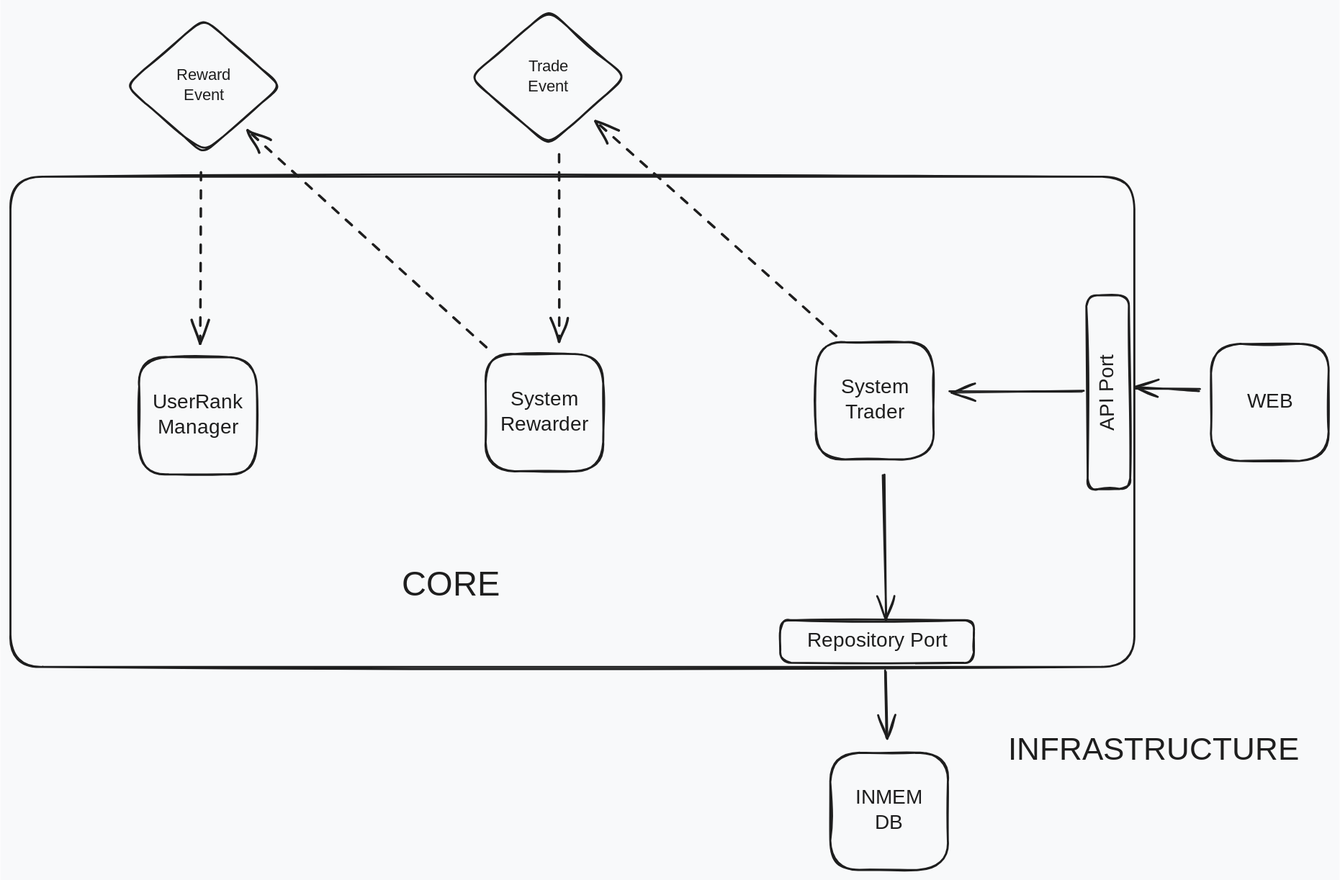
This is tradesys-ranking-system.svg from TPriime/tradesys, a Excalidraw export, as it was before one commit. Source tidied: one line per element, renumbered; positions are measured from the earlier drawing's top-left corner, leaving out a move shared by most shapes. Its diagram source:
```json
{"id": 0, "type": "rectangle", "strokeColor": "#1e1e1e", "strokeWidth": 2, "roughness": 1, "round": true, "x": 814, "y": 737, "width": 117, "height": 116}
{"id": 1, "type": "text", "text": "INMEM\nDB", "strokeColor": "#1e1e1e", "strokeWidth": 2, "roughness": 1, "fontSize": 20, "fontFamily": 5, "textAlign": "center", "verticalAlign": "middle", "inside": 0, "x": 838, "y": 770, "width": 68, "height": 50}
{"id": 2, "type": "rectangle", "strokeColor": "#1e1e1e", "strokeWidth": 2, "roughness": 1, "round": true, "x": 128, "y": 344, "width": 117, "height": 116}
{"id": 3, "type": "text", "text": "UserRank\nManager", "strokeColor": "#1e1e1e", "strokeWidth": 2, "roughness": 1, "fontSize": 20, "fontFamily": 5, "textAlign": "center", "verticalAlign": "middle", "inside": 2, "x": 140, "y": 377, "width": 92, "height": 50}
{"id": 4, "type": "rectangle", "strokeColor": "#1e1e1e", "strokeWidth": 2, "roughness": 1, "round": true, "x": 472, "y": 341, "width": 117, "height": 116}
{"id": 5, "type": "text", "text": "System\nRewarder", "strokeColor": "#1e1e1e", "strokeWidth": 2, "roughness": 1, "fontSize": 20, "fontFamily": 5, "textAlign": "center", "verticalAlign": "middle", "inside": 4, "x": 485, "y": 375, "width": 90, "height": 50}
{"id": 6, "type": "rectangle", "strokeColor": "#1e1e1e", "strokeWidth": 2, "roughness": 1, "round": true, "x": 799, "y": 330, "width": 117, "height": 116}
{"id": 7, "type": "text", "text": "System\nTrader", "strokeColor": "#1e1e1e", "strokeWidth": 2, "roughness": 1, "fontSize": 20, "fontFamily": 5, "textAlign": "center", "verticalAlign": "middle", "inside": 6, "x": 823, "y": 363, "width": 69, "height": 50}
{"id": 8, "type": "rectangle", "strokeColor": "#1e1e1e", "strokeWidth": 2, "roughness": 1, "round": true, "x": 1191, "y": 331, "width": 117, "height": 116}
{"id": 9, "type": "text", "text": "WEB", "strokeColor": "#1e1e1e", "strokeWidth": 2, "roughness": 1, "fontSize": 20, "fontFamily": 5, "textAlign": "center", "verticalAlign": "middle", "inside": 8, "x": 1227, "y": 377, "width": 45, "height": 25}
{"id": 10, "type": "rectangle", "strokeColor": "#1e1e1e", "strokeWidth": 2, "roughness": 1, "round": true, "x": 764, "y": 605, "width": 192, "height": 42}
{"id": 11, "type": "text", "text": "Repository Port", "strokeColor": "#1e1e1e", "strokeWidth": 2, "roughness": 1, "fontSize": 20, "fontFamily": 5, "textAlign": "center", "verticalAlign": "middle", "inside": 10, "x": 780, "y": 614, "width": 159, "height": 25}
{"id": 12, "type": "rectangle", "strokeColor": "#1e1e1e", "angle": 4.7, "strokeWidth": 2, "roughness": 1, "round": true, "x": 993, "y": 358, "width": 192, "height": 42}
{"id": 13, "type": "text", "text": "API Port", "strokeColor": "#1e1e1e", "angle": 4.7, "strokeWidth": 2, "roughness": 1, "fontSize": 20, "fontFamily": 5, "textAlign": "center", "verticalAlign": "middle", "inside": 12, "x": 1044, "y": 367, "width": 92, "height": 25}
{"id": 14, "type": "arrow", "strokeColor": "#1e1e1e", "strokeWidth": 2, "roughness": 1, "startArrowhead": "arrow", "round": true, "from": 0, "to": 26, "x": 869, "y": 723, "width": 1, "height": 68, "points": [[0, 0], [-1, -68]]}
{"id": 15, "type": "diamond", "strokeColor": "#1e1e1e", "strokeWidth": 2, "roughness": 1, "round": true, "x": 114, "y": 8, "width": 155, "height": 134}
{"id": 16, "type": "text", "text": "Reward\nEvent", "strokeColor": "#1e1e1e", "strokeWidth": 2, "roughness": 1, "fontSize": 16, "fontFamily": 5, "textAlign": "center", "verticalAlign": "middle", "inside": 15, "x": 163, "y": 55, "width": 56, "height": 40}
{"id": 17, "type": "diamond", "strokeColor": "#1e1e1e", "strokeWidth": 2, "roughness": 1, "round": true, "x": 456, "y": 0, "width": 155, "height": 134}
{"id": 18, "type": "text", "text": "Trade\nEvent", "strokeColor": "#1e1e1e", "strokeWidth": 2, "roughness": 1, "fontSize": 16, "fontFamily": 5, "textAlign": "center", "verticalAlign": "middle", "inside": 17, "x": 511, "y": 47, "width": 46, "height": 40}
{"id": 19, "type": "arrow", "strokeColor": "#1e1e1e", "strokeWidth": 2, "strokeStyle": "dashed", "roughness": 1, "startArrowhead": "arrow", "round": true, "from": 2, "to": 15, "x": 188, "y": 331, "width": 1, "height": 177, "points": [[0, 0], [1, -177]]}
{"id": 20, "type": "arrow", "strokeColor": "#1e1e1e", "strokeWidth": 2, "strokeStyle": "dashed", "roughness": 1, "endArrowhead": "arrow", "round": true, "from": 4, "to": 15, "x": 473, "y": 334, "width": 237, "height": 213, "points": [[0, 0], [-237, -213]]}
{"id": 21, "type": "arrow", "strokeColor": "#1e1e1e", "strokeWidth": 2, "strokeStyle": "dashed", "roughness": 1, "endArrowhead": "arrow", "round": true, "from": 6, "to": 17, "x": 820, "y": 323, "width": 240, "height": 211, "points": [[0, 0], [-240, -211]]}
{"id": 22, "type": "arrow", "strokeColor": "#1e1e1e", "strokeWidth": 2, "strokeStyle": "dashed", "roughness": 1, "endArrowhead": "arrow", "round": true, "from": 17, "to": 4, "x": 544, "y": 142, "width": 0, "height": 187, "points": [[0, 0], [0, 187]]}
{"id": 23, "type": "arrow", "strokeColor": "#1e1e1e", "strokeWidth": 2, "roughness": 1, "endArrowhead": "arrow", "round": true, "from": 12, "to": 6, "x": 1064, "y": 378, "width": 131, "height": 0, "points": [[0, 0], [-131, 0]]}
{"id": 24, "type": "arrow", "strokeColor": "#1e1e1e", "strokeWidth": 2, "roughness": 1, "endArrowhead": "arrow", "round": true, "from": 8, "to": 26, "x": 1179, "y": 377, "width": 63, "height": 2, "points": [[0, 0], [-63, -2]]}
{"id": 25, "type": "arrow", "strokeColor": "#1e1e1e", "strokeWidth": 2, "roughness": 1, "endArrowhead": "arrow", "round": true, "from": 6, "to": 10, "x": 867, "y": 460, "width": 1, "height": 144, "points": [[0, 0], [1, 144]]}
{"id": 26, "type": "rectangle", "strokeColor": "#1e1e1e", "strokeWidth": 2, "roughness": 1, "round": true, "x": 0, "y": 165, "width": 1115, "height": 486}
{"id": 27, "type": "text", "text": "CORE", "strokeColor": "#1e1e1e", "strokeWidth": 2, "roughness": 1, "fontSize": 33.74, "fontFamily": 5, "textAlign": "center", "x": 389, "y": 551, "width": 96, "height": 42}
{"id": 28, "type": "text", "text": "INFRASTRUCTURE", "strokeColor": "#1e1e1e", "strokeWidth": 2, "roughness": 1, "fontSize": 31.7, "fontFamily": 5, "textAlign": "center", "x": 960, "y": 716, "width": 349, "height": 40}
```
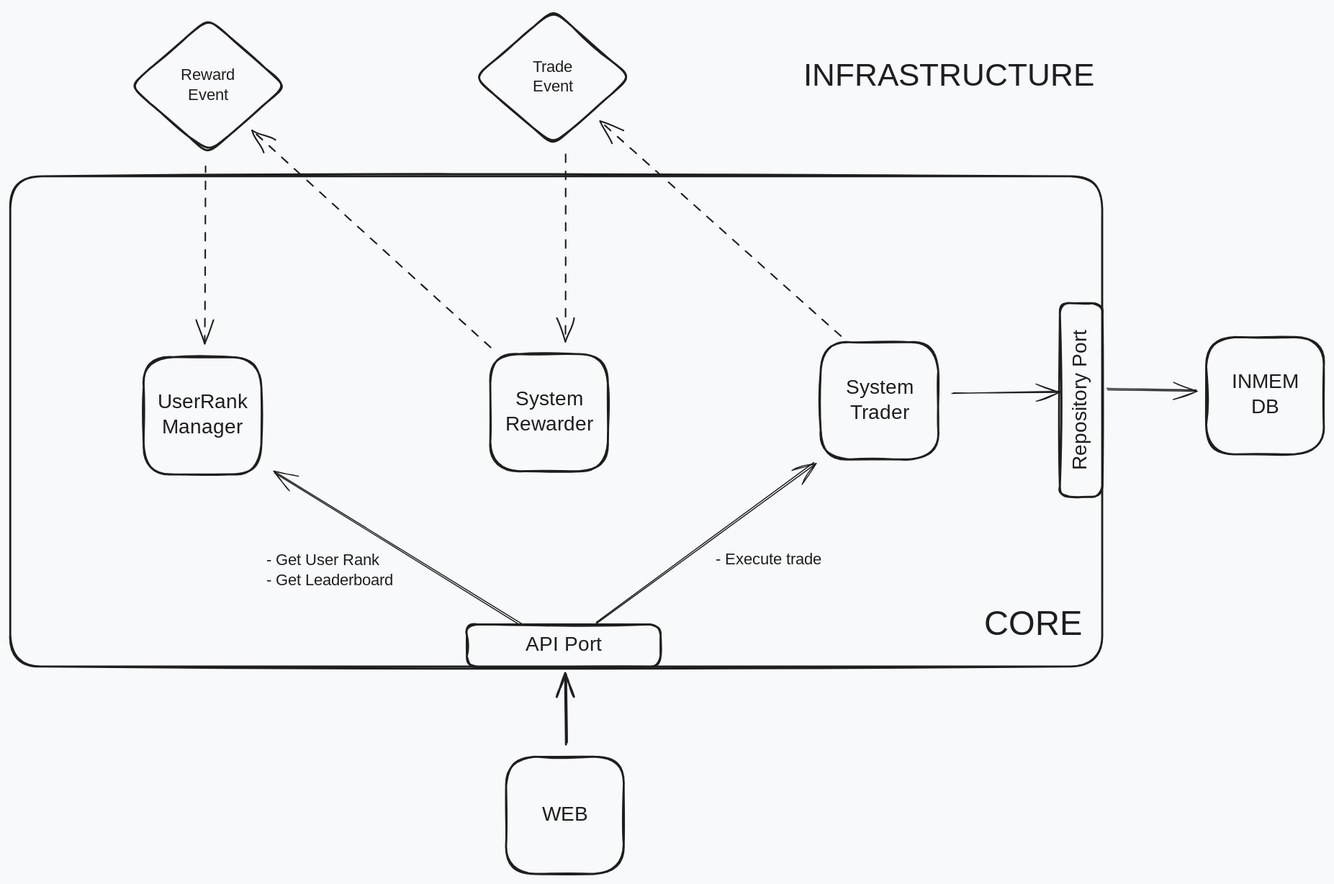
After the commit.

What changed in the source:
```diff
@@ -1,29 +1,32 @@
-{"id": 0, "type": "rectangle", "strokeColor": "#1e1e1e", "strokeWidth": 2, "roughness": 1, "round": true, "x": 814, "y": 737, "width": 117, "height": 116}
+{"id": 0, "type": "rectangle", "strokeColor": "#1e1e1e", "strokeWidth": 2, "roughness": 1, "round": true, "x": 1182, "y": 324, "width": 117, "height": 116}
-{"id": 1, "type": "text", "text": "INMEM\nDB", "strokeColor": "#1e1e1e", "strokeWidth": 2, "roughness": 1, "fontSize": 20, "fontFamily": 5, "textAlign": "center", "verticalAlign": "middle", "inside": 0, "x": 838, "y": 770, "width": 68, "height": 50}
+{"id": 1, "type": "text", "text": "INMEM\nDB", "strokeColor": "#1e1e1e", "strokeWidth": 2, "roughness": 1, "fontSize": 20, "fontFamily": 5, "textAlign": "center", "verticalAlign": "middle", "inside": 0, "x": 1206, "y": 358, "width": 68, "height": 50}
 {"id": 2, "type": "rectangle", "strokeColor": "#1e1e1e", "strokeWidth": 2, "roughness": 1, "round": true, "x": 128, "y": 344, "width": 117, "height": 116}
 {"id": 3, "type": "text", "text": "UserRank\nManager", "strokeColor": "#1e1e1e", "strokeWidth": 2, "roughness": 1, "fontSize": 20, "fontFamily": 5, "textAlign": "center", "verticalAlign": "middle", "inside": 2, "x": 140, "y": 377, "width": 92, "height": 50}
 {"id": 4, "type": "rectangle", "strokeColor": "#1e1e1e", "strokeWidth": 2, "roughness": 1, "round": true, "x": 472, "y": 341, "width": 117, "height": 116}
 {"id": 5, "type": "text", "text": "System\nRewarder", "strokeColor": "#1e1e1e", "strokeWidth": 2, "roughness": 1, "fontSize": 20, "fontFamily": 5, "textAlign": "center", "verticalAlign": "middle", "inside": 4, "x": 485, "y": 375, "width": 90, "height": 50}
 {"id": 6, "type": "rectangle", "strokeColor": "#1e1e1e", "strokeWidth": 2, "roughness": 1, "round": true, "x": 799, "y": 330, "width": 117, "height": 116}
 {"id": 7, "type": "text", "text": "System\nTrader", "strokeColor": "#1e1e1e", "strokeWidth": 2, "roughness": 1, "fontSize": 20, "fontFamily": 5, "textAlign": "center", "verticalAlign": "middle", "inside": 6, "x": 823, "y": 363, "width": 69, "height": 50}
-{"id": 8, "type": "rectangle", "strokeColor": "#1e1e1e", "strokeWidth": 2, "roughness": 1, "round": true, "x": 1191, "y": 331, "width": 117, "height": 116}
+{"id": 8, "type": "rectangle", "strokeColor": "#1e1e1e", "strokeWidth": 2, "roughness": 1, "round": true, "x": 487, "y": 741, "width": 117, "height": 116}
-{"id": 9, "type": "text", "text": "WEB", "strokeColor": "#1e1e1e", "strokeWidth": 2, "roughness": 1, "fontSize": 20, "fontFamily": 5, "textAlign": "center", "verticalAlign": "middle", "inside": 8, "x": 1227, "y": 377, "width": 45, "height": 25}
+{"id": 9, "type": "text", "text": "WEB", "strokeColor": "#1e1e1e", "strokeWidth": 2, "roughness": 1, "fontSize": 20, "fontFamily": 5, "textAlign": "center", "verticalAlign": "middle", "inside": 8, "x": 523, "y": 786, "width": 45, "height": 25}
-{"id": 10, "type": "rectangle", "strokeColor": "#1e1e1e", "strokeWidth": 2, "roughness": 1, "round": true, "x": 764, "y": 605, "width": 192, "height": 42}
+{"id": 10, "type": "rectangle", "strokeColor": "#1e1e1e", "angle": 4.71, "strokeWidth": 2, "roughness": 1, "round": true, "x": 962, "y": 366, "width": 192, "height": 42}
-{"id": 11, "type": "text", "text": "Repository Port", "strokeColor": "#1e1e1e", "strokeWidth": 2, "roughness": 1, "fontSize": 20, "fontFamily": 5, "textAlign": "center", "verticalAlign": "middle", "inside": 10, "x": 780, "y": 614, "width": 159, "height": 25}
+{"id": 11, "type": "text", "text": "Repository Port", "strokeColor": "#1e1e1e", "angle": 4.71, "strokeWidth": 2, "roughness": 1, "fontSize": 20, "fontFamily": 5, "textAlign": "center", "verticalAlign": "middle", "inside": 10, "x": 978, "y": 374, "width": 159, "height": 25}
-{"id": 12, "type": "rectangle", "strokeColor": "#1e1e1e", "angle": 4.7, "strokeWidth": 2, "roughness": 1, "round": true, "x": 993, "y": 358, "width": 192, "height": 42}
+{"id": 12, "type": "rectangle", "strokeColor": "#1e1e1e", "strokeWidth": 2, "roughness": 1, "round": true, "x": 448, "y": 609, "width": 192, "height": 42}
-{"id": 13, "type": "text", "text": "API Port", "strokeColor": "#1e1e1e", "angle": 4.7, "strokeWidth": 2, "roughness": 1, "fontSize": 20, "fontFamily": 5, "textAlign": "center", "verticalAlign": "middle", "inside": 12, "x": 1044, "y": 367, "width": 92, "height": 25}
+{"id": 13, "type": "text", "text": "API Port", "strokeColor": "#1e1e1e", "strokeWidth": 2, "roughness": 1, "fontSize": 20, "fontFamily": 5, "textAlign": "center", "verticalAlign": "middle", "inside": 12, "x": 499, "y": 618, "width": 92, "height": 25}
-{"id": 14, "type": "arrow", "strokeColor": "#1e1e1e", "strokeWidth": 2, "roughness": 1, "startArrowhead": "arrow", "round": true, "from": 0, "to": 26, "x": 869, "y": 723, "width": 1, "height": 68, "points": [[0, 0], [-1, -68]]}
+{"id": 14, "type": "arrow", "strokeColor": "#1e1e1e", "strokeWidth": 1, "roughness": 1, "startArrowhead": "arrow", "round": true, "from": 0, "to": 26, "x": 1172, "y": 379, "width": 88, "height": 3, "points": [[0, 0], [-88, -3]]}
 {"id": 15, "type": "diamond", "strokeColor": "#1e1e1e", "strokeWidth": 2, "roughness": 1, "round": true, "x": 114, "y": 8, "width": 155, "height": 134}
 {"id": 16, "type": "text", "text": "Reward\nEvent", "strokeColor": "#1e1e1e", "strokeWidth": 2, "roughness": 1, "fontSize": 16, "fontFamily": 5, "textAlign": "center", "verticalAlign": "middle", "inside": 15, "x": 163, "y": 55, "width": 56, "height": 40}
 {"id": 17, "type": "diamond", "strokeColor": "#1e1e1e", "strokeWidth": 2, "roughness": 1, "round": true, "x": 456, "y": 0, "width": 155, "height": 134}
 {"id": 18, "type": "text", "text": "Trade\nEvent", "strokeColor": "#1e1e1e", "strokeWidth": 2, "roughness": 1, "fontSize": 16, "fontFamily": 5, "textAlign": "center", "verticalAlign": "middle", "inside": 17, "x": 511, "y": 47, "width": 46, "height": 40}
-{"id": 19, "type": "arrow", "strokeColor": "#1e1e1e", "strokeWidth": 2, "strokeStyle": "dashed", "roughness": 1, "startArrowhead": "arrow", "round": true, "from": 2, "to": 15, "x": 188, "y": 331, "width": 1, "height": 177, "points": [[0, 0], [1, -177]]}
+{"id": 19, "type": "arrow", "strokeColor": "#1e1e1e", "strokeWidth": 1, "strokeStyle": "dashed", "roughness": 1, "startArrowhead": "arrow", "round": true, "from": 2, "to": 15, "x": 188, "y": 331, "width": 1, "height": 177, "points": [[0, 0], [1, -177]]}
-{"id": 20, "type": "arrow", "strokeColor": "#1e1e1e", "strokeWidth": 2, "strokeStyle": "dashed", "roughness": 1, "endArrowhead": "arrow", "round": true, "from": 4, "to": 15, "x": 473, "y": 334, "width": 237, "height": 213, "points": [[0, 0], [-237, -213]]}
+{"id": 20, "type": "arrow", "strokeColor": "#1e1e1e", "strokeWidth": 1, "strokeStyle": "dashed", "roughness": 1, "endArrowhead": "arrow", "round": true, "from": 4, "to": 15, "x": 473, "y": 334, "width": 237, "height": 213, "points": [[0, 0], [-237, -213]]}
-{"id": 21, "type": "arrow", "strokeColor": "#1e1e1e", "strokeWidth": 2, "strokeStyle": "dashed", "roughness": 1, "endArrowhead": "arrow", "round": true, "from": 6, "to": 17, "x": 820, "y": 323, "width": 240, "height": 211, "points": [[0, 0], [-240, -211]]}
+{"id": 21, "type": "arrow", "strokeColor": "#1e1e1e", "strokeWidth": 1, "strokeStyle": "dashed", "roughness": 1, "endArrowhead": "arrow", "round": true, "from": 6, "to": 17, "x": 820, "y": 323, "width": 240, "height": 211, "points": [[0, 0], [-240, -211]]}
-{"id": 22, "type": "arrow", "strokeColor": "#1e1e1e", "strokeWidth": 2, "strokeStyle": "dashed", "roughness": 1, "endArrowhead": "arrow", "round": true, "from": 17, "to": 4, "x": 544, "y": 142, "width": 0, "height": 187, "points": [[0, 0], [0, 187]]}
+{"id": 22, "type": "arrow", "strokeColor": "#1e1e1e", "strokeWidth": 1, "strokeStyle": "dashed", "roughness": 1, "endArrowhead": "arrow", "round": true, "from": 26, "to": 4, "x": 546, "y": 142, "width": 1, "height": 187, "points": [[0, 0], [-1, 187]]}
-{"id": 23, "type": "arrow", "strokeColor": "#1e1e1e", "strokeWidth": 2, "roughness": 1, "endArrowhead": "arrow", "round": true, "from": 12, "to": 6, "x": 1064, "y": 378, "width": 131, "height": 0, "points": [[0, 0], [-131, 0]]}
+{"id": 23, "type": "arrow", "strokeColor": "#1e1e1e", "strokeWidth": 1, "roughness": 1, "endArrowhead": "arrow", "round": true, "from": 12, "to": 6, "x": 576, "y": 608, "width": 218, "height": 159, "points": [[0, 0], [218, -159]]}
-{"id": 24, "type": "arrow", "strokeColor": "#1e1e1e", "strokeWidth": 2, "roughness": 1, "endArrowhead": "arrow", "round": true, "from": 8, "to": 26, "x": 1179, "y": 377, "width": 63, "height": 2, "points": [[0, 0], [-63, -2]]}
+{"id": 24, "type": "arrow", "strokeColor": "#1e1e1e", "strokeWidth": 2, "roughness": 1, "endArrowhead": "arrow", "round": true, "from": 8, "to": 26, "x": 547, "y": 728, "width": 0, "height": 69, "points": [[0, 0], [0, -69]]}
-{"id": 25, "type": "arrow", "strokeColor": "#1e1e1e", "strokeWidth": 2, "roughness": 1, "endArrowhead": "arrow", "round": true, "from": 6, "to": 10, "x": 867, "y": 460, "width": 1, "height": 144, "points": [[0, 0], [1, 144]]}
+{"id": 25, "type": "arrow", "strokeColor": "#1e1e1e", "strokeWidth": 1, "roughness": 1, "endArrowhead": "arrow", "round": true, "from": 6, "to": 10, "x": 931, "y": 379, "width": 105, "height": 0, "points": [[0, 0], [105, 0]]}
-{"id": 26, "type": "rectangle", "strokeColor": "#1e1e1e", "strokeWidth": 2, "roughness": 1, "round": true, "x": 0, "y": 165, "width": 1115, "height": 486}
+{"id": 26, "type": "rectangle", "strokeColor": "#1e1e1e", "strokeWidth": 2, "roughness": 1, "round": true, "x": -5, "y": 165, "width": 1083, "height": 486}
-{"id": 27, "type": "text", "text": "CORE", "strokeColor": "#1e1e1e", "strokeWidth": 2, "roughness": 1, "fontSize": 33.74, "fontFamily": 5, "textAlign": "center", "x": 389, "y": 551, "width": 96, "height": 42}
+{"id": 27, "type": "text", "text": "CORE", "strokeColor": "#1e1e1e", "strokeWidth": 2, "roughness": 1, "fontSize": 33.74, "fontFamily": 5, "textAlign": "center", "x": 962, "y": 591, "width": 96, "height": 42}
-{"id": 28, "type": "text", "text": "INFRASTRUCTURE", "strokeColor": "#1e1e1e", "strokeWidth": 2, "roughness": 1, "fontSize": 31.7, "fontFamily": 5, "textAlign": "center", "x": 960, "y": 716, "width": 349, "height": 40}
+{"id": 28, "type": "text", "text": "INFRASTRUCTURE", "strokeColor": "#1e1e1e", "strokeWidth": 2, "roughness": 1, "fontSize": 31.7, "fontFamily": 5, "textAlign": "center", "x": 752, "y": 47, "width": 349, "height": 40}
+{"id": 29, "type": "arrow", "strokeColor": "#1e1e1e", "strokeWidth": 1, "roughness": 1, "endArrowhead": "arrow", "round": true, "from": 12, "to": 2, "x": 502, "y": 611, "width": 245, "height": 152, "points": [[0, 0], [-245, -152]]}
+{"id": 30, "type": "text", "text": "- Get User Rank\n- Get Leaderboard", "strokeColor": "#1e1e1e", "strokeWidth": 2, "roughness": 1, "fontSize": 16, "fontFamily": 5, "x": 249, "y": 536, "width": 145, "height": 40}
+{"id": 31, "type": "text", "text": "- Execute trade", "strokeColor": "#1e1e1e", "strokeWidth": 2, "roughness": 1, "fontSize": 16, "fontFamily": 5, "x": 695, "y": 536, "width": 125, "height": 20}
```
